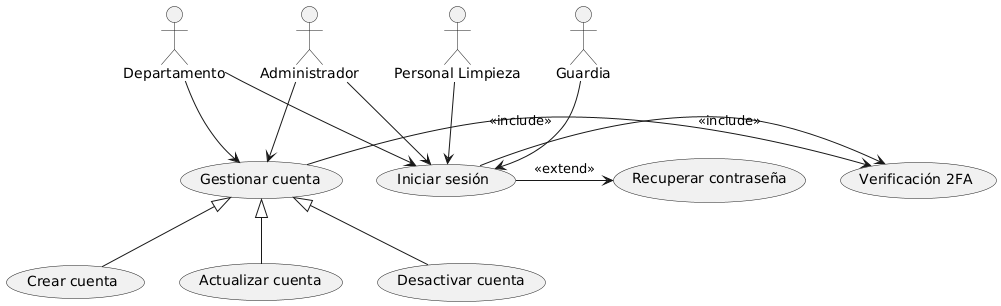
Earlier version of the PlantUML export Diagramas/CasosDeUso_GrupoB_Usuarios/CasosDeUso.png (richardriverag/ProyectoDiseno24B). Its diagram source:
```plantuml
@startuml
actor "Administrador" as Admin
actor "Guardia" as Guardia
actor "Personal Limpieza" as Limpieza
actor "Departamento" as Departamento

usecase "Iniciar sesión" as IniciarSesion
usecase "Verificación 2FA" as Verificacion2FA
usecase "Recuperar contraseña" as RecuperarContraseña
usecase "Gestionar cuenta" as GestionarCuenta
usecase "Crear cuenta" as CrearCuenta
usecase "Actualizar cuenta" as ActualizarCuenta
usecase "Desactivar cuenta" as DesactivarCuenta

Admin --> IniciarSesion
Admin --> GestionarCuenta
Guardia --> IniciarSesion
Limpieza --> IniciarSesion
Departamento --> IniciarSesion
Departamento --> GestionarCuenta

GestionarCuenta <|-- CrearCuenta
GestionarCuenta <|-- ActualizarCuenta
GestionarCuenta <|-- DesactivarCuenta

GestionarCuenta -> Verificacion2FA : <<include>>
IniciarSesion -> Verificacion2FA : <<include>>
IniciarSesion -> RecuperarContraseña : <<extend>>
@enduml
```
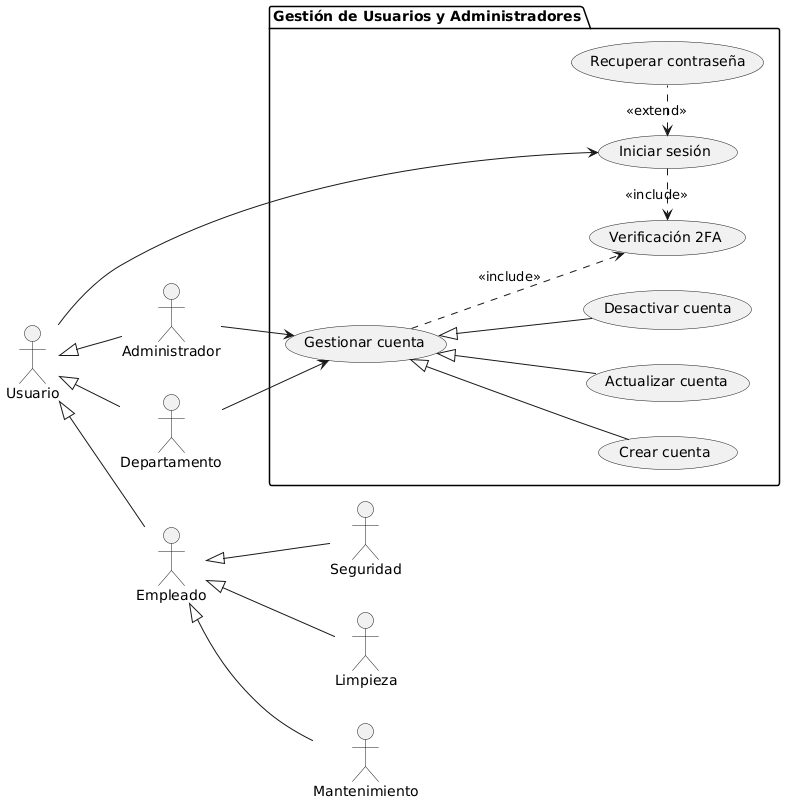
After the change.

Commit message:
Docs(Usuarios): Update use case

Agregar generalizaciones y un paquete a los casos de uso de Usuarios

Change to the diagram source:
```diff
@@ -1,29 +1,38 @@
 @startuml
+left to right direction
 actor "Administrador" as Admin
-actor "Guardia" as Guardia
-actor "Personal Limpieza" as Limpieza
+actor "Seguridad" as Seguridad
+actor "Limpieza" as Limpieza
 actor "Departamento" as Departamento
+actor "Mantenimiento" as Mantenimiento
+actor "Empleado" as Empleado
+actor "Usuario"
 
-usecase "Iniciar sesión" as IniciarSesion
-usecase "Verificación 2FA" as Verificacion2FA
-usecase "Recuperar contraseña" as RecuperarContraseña
-usecase "Gestionar cuenta" as GestionarCuenta
-usecase "Crear cuenta" as CrearCuenta
-usecase "Actualizar cuenta" as ActualizarCuenta
-usecase "Desactivar cuenta" as DesactivarCuenta
+package "Gestión de Usuarios y Administradores" {
+    usecase "Iniciar sesión" as IniciarSesion
+    usecase "Verificación 2FA" as Verificacion2FA
+    usecase "Recuperar contraseña" as RecuperarContraseña
+    usecase "Gestionar cuenta" as GestionarCuenta
+    usecase "Crear cuenta" as CrearCuenta
+    usecase "Actualizar cuenta" as ActualizarCuenta
+    usecase "Desactivar cuenta" as DesactivarCuenta
+}
+Admin --> GestionarCuenta
+Usuario --> IniciarSesion
+Departamento --> GestionarCuenta
 
-Admin --> IniciarSesion
-Admin --> GestionarCuenta
-Guardia --> IniciarSesion
-Limpieza --> IniciarSesion
-Departamento --> IniciarSesion
-Departamento --> GestionarCuenta
+Usuario <|-- Empleado
+Usuario <|-- Admin
+Usuario <|-- Departamento
+Empleado <|-- Seguridad
+Empleado <|-- Limpieza
+Empleado <|-- Mantenimiento
 
 GestionarCuenta <|-- CrearCuenta
 GestionarCuenta <|-- ActualizarCuenta
 GestionarCuenta <|-- DesactivarCuenta
 
-GestionarCuenta -> Verificacion2FA : <<include>>
-IniciarSesion -> Verificacion2FA : <<include>>
-IniciarSesion -> RecuperarContraseña : <<extend>>
+GestionarCuenta ..> Verificacion2FA : <<include>>
+IniciarSesion .> Verificacion2FA : <<include>>
+IniciarSesion <. RecuperarContraseña : <<extend>>
 @enduml
```
